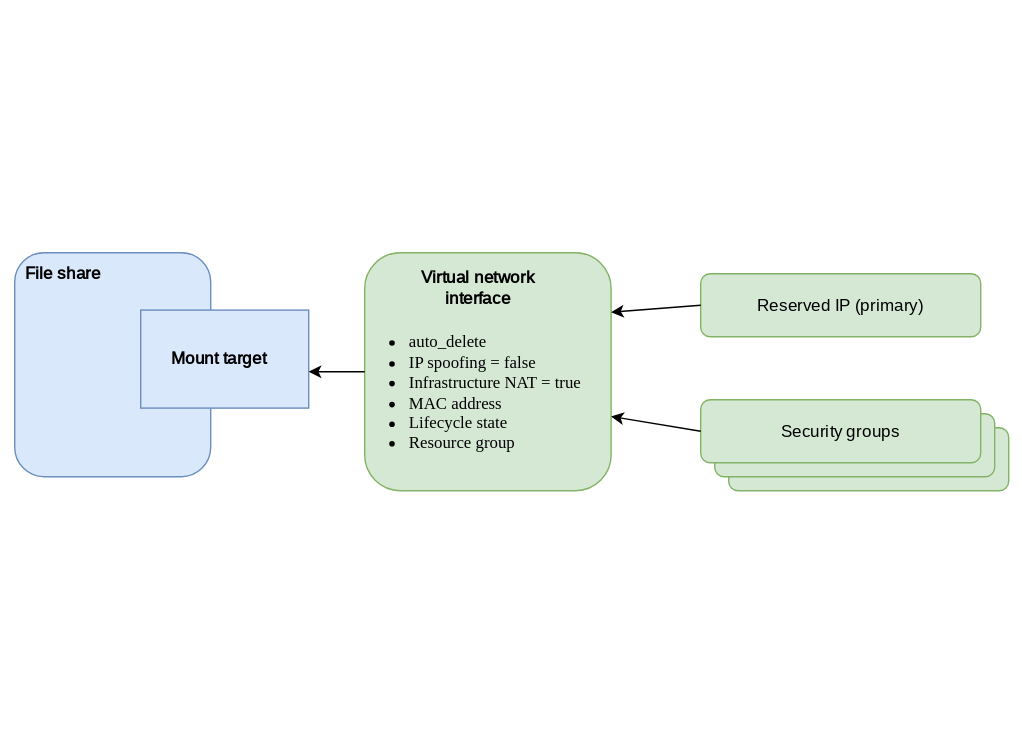
Earlier version of the draw.io export images/vni-fs-arch.svg (ibm-cloud-docs/vpc). Source tidied: cells renumbered, new cells last; positions are measured from the earlier drawing's top-left corner, leaving out a move shared by most shapes.
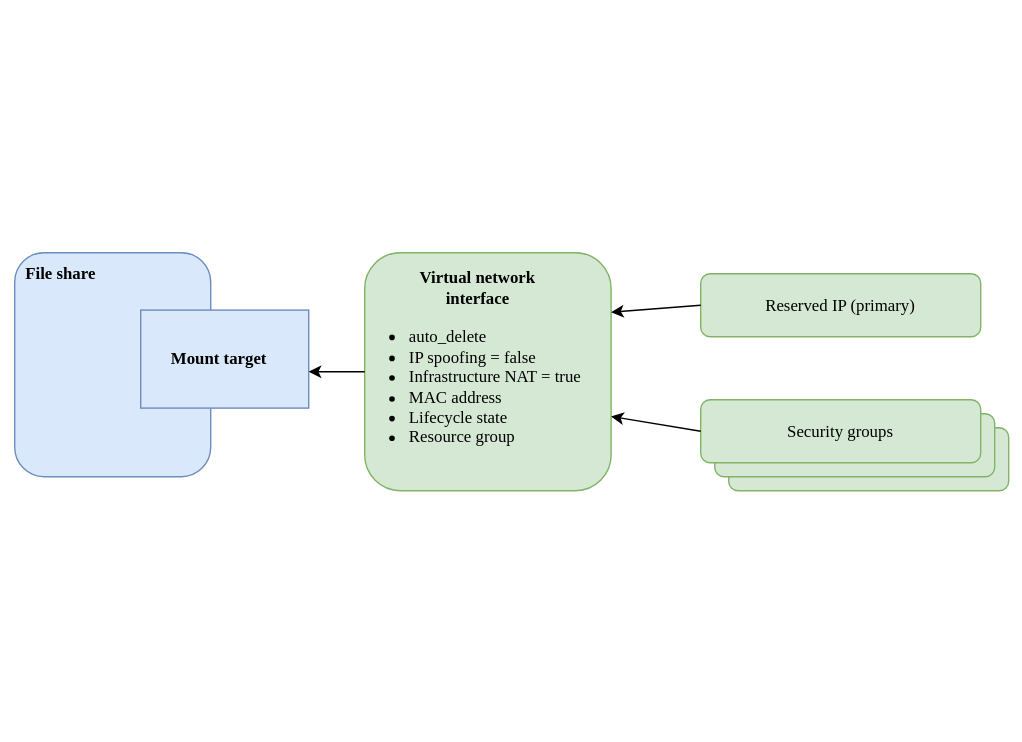
After the change.

The edit, as a diff of the source:
```diff
@@ -44,8 +44,8 @@
     <mxCell id="15" style="endArrow=classic;html=1;rounded=0;exitX=0;exitY=0.5;exitDx=0;exitDy=0;entryX=1;entryY=0.688;entryDx=0;entryDy=0;entryPerimeter=0;" parent="1" edge="1" source="13" target="3">
       <mxGeometry relative="1" as="geometry" />
     </mxCell>
-    <mxCell id="16" value="&lt;div style=&quot;&quot;&gt;&lt;ul&gt;&lt;li&gt;&lt;font&gt;auto_delete&lt;/font&gt;&lt;/li&gt;&lt;li&gt;&lt;font&gt;IP spoofing = false&lt;/font&gt;&lt;/li&gt;&lt;li&gt;&lt;font&gt;Infrastructure NAT = true&lt;/font&gt;&lt;/li&gt;&lt;li&gt;&lt;font&gt;MAC address&lt;/font&gt;&lt;/li&gt;&lt;li&gt;&lt;font&gt;Lifecycle state&lt;/font&gt;&lt;/li&gt;&lt;li&gt;&lt;font&gt;Resource group&lt;/font&gt;&lt;/li&gt;&lt;/ul&gt;&lt;/div&gt;" style="text;html=1;align=left;verticalAlign=middle;whiteSpace=wrap;rounded=0;fontFamily=IBM-Plex-Sans;labelPosition=center;verticalLabelPosition=middle;" parent="1" vertex="1">
-      <mxGeometry x="250" y="220" width="180" height="120" as="geometry" />
+    <mxCell id="16" value="&lt;ul&gt;&lt;li&gt;auto_delete&lt;/li&gt;&lt;li&gt;IP spoofing = false&lt;/li&gt;&lt;li&gt;Infrastructure NAT = true&lt;/li&gt;&lt;li&gt;MAC address&lt;/li&gt;&lt;li&gt;Lifecycle state&lt;/li&gt;&lt;li&gt;Resource group&lt;/li&gt;&lt;/ul&gt;" style="text;html=1;align=left;verticalAlign=middle;whiteSpace=wrap;rounded=0;fontFamily=IBM-Plex-Sans;" parent="1" vertex="1">
+      <mxGeometry x="250" y="186" width="290" height="180" as="geometry" />
     </mxCell>
   </root>
 </mxGraphModel>
```
